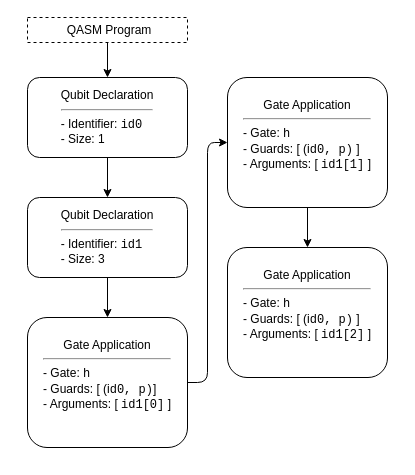
Before: figures/drawio/codeGen_targetCode_example.drawio in SaschaRWTH/masterthesis, a draw.io diagram. Source tidied: cells renumbered, new cells numbered last; positions are measured from the earlier drawing's top-left corner, leaving out a move shared by most shapes. Both pictures are drawn from the tidied source at 100%, with x=0, y=0 at pixel (27, 17).
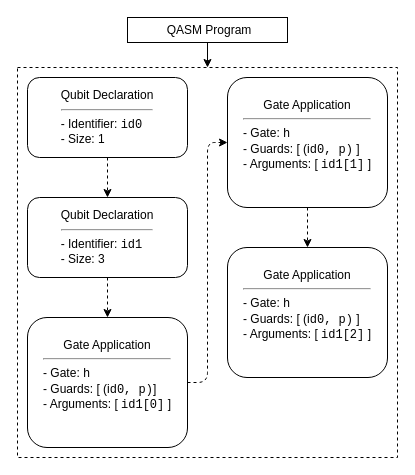
The same diagram, later.

Diff of the diagram source:
```diff
@@
 <mxGraphModel>
   <root>
     <mxCell id="0" />
     <mxCell id="1" parent="0" />
+    <mxCell id="13" value="&lt;blockquote style=&quot;margin: 0 0 0 40px; border: none; padding: 0px;&quot;&gt;&lt;br&gt;&lt;/blockquote&gt;" style="rounded=0;whiteSpace=wrap;html=1;dashed=1;align=right;" parent="1" vertex="1">
+      <mxGeometry x="-10" y="50" width="380" height="390" as="geometry" />
+    </mxCell>
-    <mxCell id="2" style="edgeStyle=none;html=1;entryX=0.5;entryY=0;entryDx=0;entryDy=0;" parent="1" edge="1" source="3" target="7">
+    <mxCell id="2" style="edgeStyle=none;html=1;entryX=0.5;entryY=0;entryDx=0;entryDy=0;dashed=1;" parent="1" edge="1" source="3" target="7">
       <mxGeometry relative="1" as="geometry" />
     </mxCell>
     <mxCell id="3" value="Qubit Declaration&lt;br&gt;&lt;hr&gt;&lt;div style=&quot;text-align: left;&quot;&gt;&lt;span style=&quot;background-color: initial;&quot;&gt;- Identifier: &lt;font face=&quot;Courier New&quot;&gt;id0&lt;/font&gt;&lt;/span&gt;&lt;/div&gt;&lt;div style=&quot;text-align: left;&quot;&gt;&lt;span style=&quot;background-color: initial;&quot;&gt;- Size: 1&lt;/span&gt;&lt;/div&gt;" style="rounded=1;whiteSpace=wrap;html=1;" parent="1" vertex="1">
       <mxGeometry y="60" width="160" height="80" as="geometry" />
     </mxCell>
-    <mxCell id="4" style="edgeStyle=orthogonalEdgeStyle;html=1;entryX=0;entryY=0.5;entryDx=0;entryDy=0;" parent="1" edge="1" source="5" target="9">
+    <mxCell id="4" style="edgeStyle=orthogonalEdgeStyle;html=1;entryX=0;entryY=0.5;entryDx=0;entryDy=0;dashed=1;" parent="1" edge="1" source="5" target="9">
       <mxGeometry relative="1" as="geometry" />
     </mxCell>
     <mxCell id="5" value="Gate Application&lt;br&gt;&lt;hr&gt;&lt;div style=&quot;text-align: left;&quot;&gt;&lt;span style=&quot;background-color: initial;&quot;&gt;- Gate: &lt;font face=&quot;Courier New&quot;&gt;h&lt;/font&gt;&lt;/span&gt;&lt;/div&gt;&lt;div style=&quot;text-align: left;&quot;&gt;&lt;span style=&quot;background-color: initial;&quot;&gt;- Guards: [ (&lt;/span&gt;&lt;span style=&quot;white-space: pre; background-color: initial;&quot;&gt;i&lt;/span&gt;&lt;font style=&quot;white-space: pre; background-color: initial;&quot; face=&quot;Courier New&quot;&gt;d0, p)&lt;/font&gt;&lt;span style=&quot;background-color: initial;&quot;&gt;]&lt;/span&gt;&lt;/div&gt;&lt;div style=&quot;text-align: left;&quot;&gt;&lt;span style=&quot;background-color: initial;&quot;&gt;- Arguments: [&amp;nbsp;&lt;/span&gt;&lt;span style=&quot;background-color: initial;&quot;&gt;&lt;font face=&quot;Courier New&quot;&gt;id1[0]&lt;/font&gt;&amp;nbsp;&lt;/span&gt;&lt;span style=&quot;background-color: initial;&quot;&gt;]&lt;/span&gt;&lt;/div&gt;&lt;span style=&quot;text-align: left;&quot;&gt;&lt;br&gt;&lt;/span&gt;" style="rounded=1;whiteSpace=wrap;html=1;" parent="1" vertex="1">
       <mxGeometry y="300" width="160" height="130" as="geometry" />
     </mxCell>
-    <mxCell id="6" style="edgeStyle=none;html=1;entryX=0.5;entryY=0;entryDx=0;entryDy=0;" parent="1" edge="1" source="7" target="5">
+    <mxCell id="6" style="edgeStyle=none;html=1;entryX=0.5;entryY=0;entryDx=0;entryDy=0;dashed=1;" parent="1" edge="1" source="7" target="5">
       <mxGeometry relative="1" as="geometry" />
     </mxCell>
     <mxCell id="7" value="Qubit Declaration&lt;br&gt;&lt;hr&gt;&lt;div style=&quot;text-align: left;&quot;&gt;&lt;span style=&quot;background-color: initial;&quot;&gt;- Identifier: &lt;font face=&quot;Courier New&quot;&gt;id1&lt;/font&gt;&lt;/span&gt;&lt;/div&gt;&lt;div style=&quot;text-align: left;&quot;&gt;&lt;span style=&quot;background-color: initial;&quot;&gt;- Size: 3&lt;/span&gt;&lt;/div&gt;" style="rounded=1;whiteSpace=wrap;html=1;" parent="1" vertex="1">
       <mxGeometry y="180" width="160" height="80" as="geometry" />
     </mxCell>
-    <mxCell id="8" style="edgeStyle=orthogonalEdgeStyle;html=1;entryX=0.5;entryY=0;entryDx=0;entryDy=0;fontFamily=Courier New;" parent="1" edge="1" source="9" target="10">
+    <mxCell id="8" style="edgeStyle=orthogonalEdgeStyle;html=1;entryX=0.5;entryY=0;entryDx=0;entryDy=0;fontFamily=Courier New;dashed=1;" parent="1" edge="1" source="9" target="10">
       <mxGeometry relative="1" as="geometry" />
     </mxCell>
     <mxCell id="9" value="Gate Application&lt;br&gt;&lt;hr&gt;&lt;div style=&quot;text-align: left;&quot;&gt;&lt;span style=&quot;background-color: initial;&quot;&gt;- Gate: &lt;font face=&quot;Courier New&quot;&gt;h&lt;/font&gt;&lt;/span&gt;&lt;/div&gt;&lt;div style=&quot;text-align: left;&quot;&gt;&lt;span style=&quot;background-color: initial;&quot;&gt;- Guards: [&amp;nbsp;&lt;/span&gt;&lt;span style=&quot;background-color: initial;&quot;&gt;(&lt;/span&gt;&lt;span style=&quot;background-color: initial;&quot;&gt;i&lt;/span&gt;&lt;font style=&quot;background-color: initial;&quot; face=&quot;Courier New&quot;&gt;d0, p)&lt;/font&gt;&lt;span style=&quot;background-color: initial;&quot;&gt;&#9;&lt;/span&gt;&lt;span style=&quot;background-color: initial;&quot;&gt;]&lt;/span&gt;&lt;/div&gt;&lt;div style=&quot;text-align: left;&quot;&gt;&lt;span style=&quot;background-color: initial;&quot;&gt;- Arguments: [&amp;nbsp;&lt;/span&gt;&lt;span style=&quot;background-color: initial;&quot;&gt;&lt;font face=&quot;Courier New&quot;&gt;id1[1]&lt;/font&gt;&amp;nbsp;&lt;/span&gt;&lt;span style=&quot;background-color: initial;&quot;&gt;]&lt;/span&gt;&lt;/div&gt;&lt;span style=&quot;text-align: left;&quot;&gt;&lt;br&gt;&lt;/span&gt;" style="rounded=1;whiteSpace=wrap;html=1;" parent="1" vertex="1">
       <mxGeometry x="200" y="60" width="160" height="130" as="geometry" />
     </mxCell>
     <mxCell id="10" value="Gate Application&lt;br&gt;&lt;hr&gt;&lt;div style=&quot;text-align: left;&quot;&gt;&lt;span style=&quot;background-color: initial;&quot;&gt;- Gate: &lt;font face=&quot;Courier New&quot;&gt;h&lt;/font&gt;&lt;/span&gt;&lt;/div&gt;&lt;div style=&quot;text-align: left;&quot;&gt;&lt;span style=&quot;background-color: initial;&quot;&gt;- Guards: [&amp;nbsp;&lt;/span&gt;&lt;span style=&quot;background-color: initial;&quot;&gt;(&lt;/span&gt;&lt;span style=&quot;background-color: initial;&quot;&gt;i&lt;/span&gt;&lt;font style=&quot;background-color: initial;&quot; face=&quot;Courier New&quot;&gt;d0, p)&lt;/font&gt;&lt;span style=&quot;background-color: initial;&quot;&gt;&#9;&lt;/span&gt;&lt;span style=&quot;background-color: initial;&quot;&gt;]&lt;/span&gt;&lt;/div&gt;&lt;div style=&quot;text-align: left;&quot;&gt;&lt;span style=&quot;background-color: initial;&quot;&gt;- Arguments: [&amp;nbsp;&lt;/span&gt;&lt;span style=&quot;background-color: initial;&quot;&gt;&lt;font face=&quot;Courier New&quot;&gt;id1[2]&lt;/font&gt;&amp;nbsp;&lt;/span&gt;&lt;span style=&quot;background-color: initial;&quot;&gt;]&lt;/span&gt;&lt;/div&gt;&lt;span style=&quot;text-align: left;&quot;&gt;&lt;br&gt;&lt;/span&gt;" style="rounded=1;whiteSpace=wrap;html=1;" parent="1" vertex="1">
       <mxGeometry x="200" y="230" width="160" height="130" as="geometry" />
     </mxCell>
-    <mxCell id="11" style="edgeStyle=none;html=1;entryX=0.5;entryY=0;entryDx=0;entryDy=0;" parent="1" edge="1" source="12" target="3">
-      <mxGeometry relative="1" as="geometry" />
-    </mxCell>
+    <mxCell id="14" style="edgeStyle=none;html=1;entryX=0.5;entryY=0;entryDx=0;entryDy=0;" parent="1" edge="1" source="12" target="13">
+      <mxGeometry relative="1" as="geometry" />
+    </mxCell>
-    <mxCell id="12" value="&lt;div style=&quot;&quot;&gt;&lt;span style=&quot;background-color: initial;&quot;&gt;QASM Program&lt;/span&gt;&lt;/div&gt;" style="rounded=0;whiteSpace=wrap;html=1;align=center;labelPosition=center;verticalLabelPosition=middle;verticalAlign=middle;fontColor=default;fillColor=none;spacingLeft=4;dashed=1;" parent="1" vertex="1">
-      <mxGeometry width="160" height="25" as="geometry" />
+    <mxCell id="12" value="&lt;div style=&quot;&quot;&gt;&lt;span style=&quot;background-color: initial;&quot;&gt;QASM Program&lt;/span&gt;&lt;/div&gt;" style="rounded=0;whiteSpace=wrap;html=1;align=center;labelPosition=center;verticalLabelPosition=middle;verticalAlign=middle;fontColor=default;fillColor=none;spacingLeft=4;" parent="1" vertex="1">
+      <mxGeometry x="100" width="160" height="25" as="geometry" />
     </mxCell>
   </root>
 </mxGraphModel>
```
